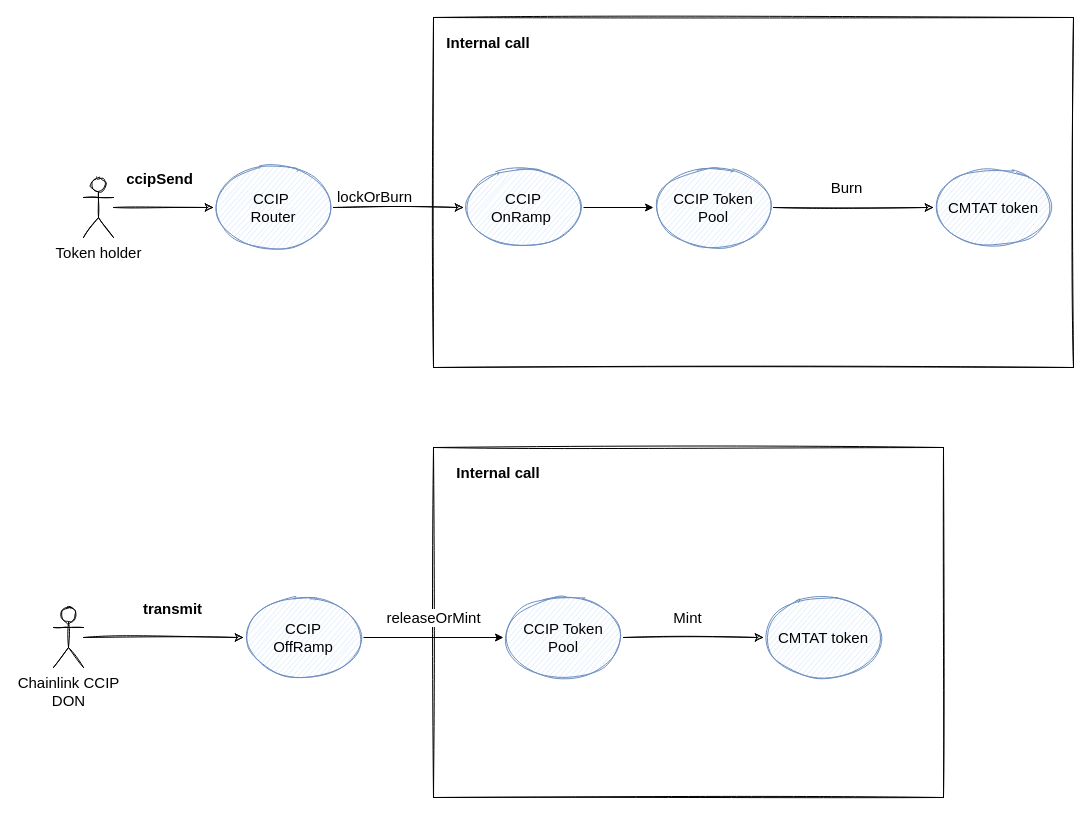
Before: doc/ccip.drawio in rya-sge/CMTAT-CCIP, a draw.io diagram. Source tidied: cells renumbered, new cells numbered last; positions are measured from the earlier drawing's top-left corner, leaving out a move shared by most shapes. Both pictures are drawn from the tidied source at 100%, with x=0, y=0 at pixel (53, 17).
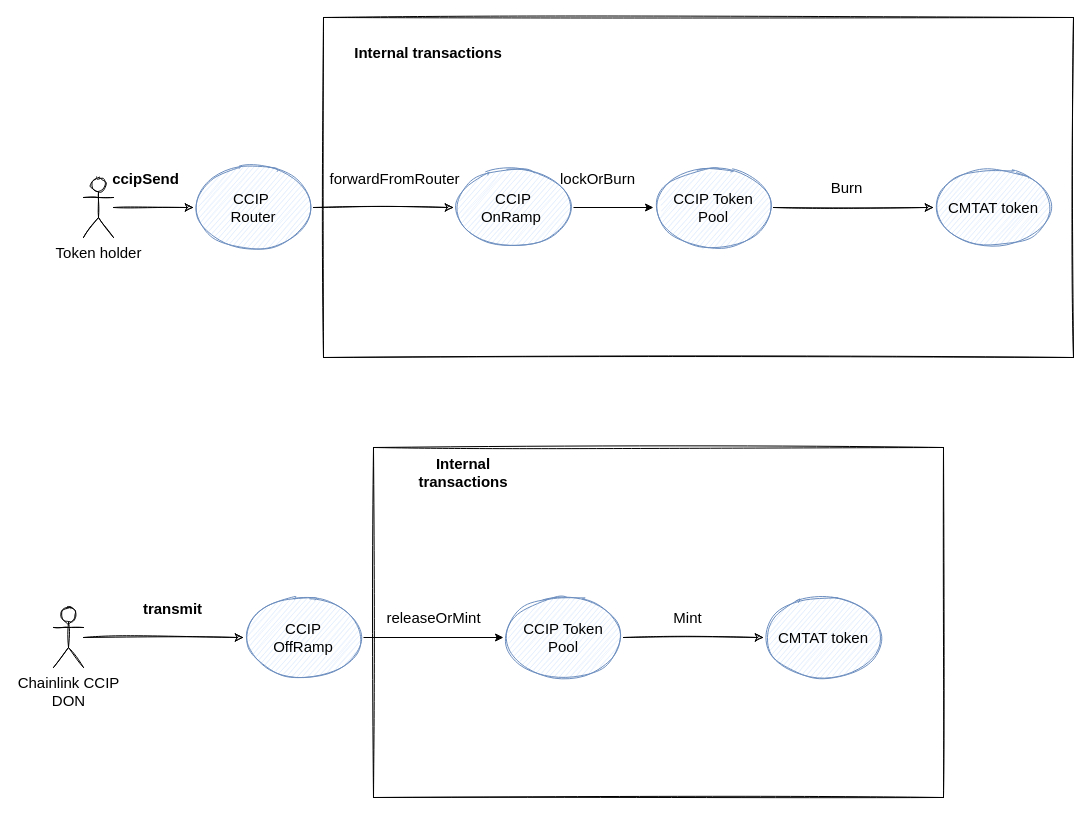
Above is the later version.

Commit message (it also covers changes not shown here):
update schema and gitignore

The change refers to these unchanged cells:
```xml
<mxCell id="7" style="endArrow=classic;html=1;rounded=0;fontSize=15;sketch=1;" parent="1" edge="1" source="3" target="13">
  <mxGeometry relative="1" as="geometry" />
</mxCell>
```

Change to the diagram source:
```diff
@@
     <mxCell id="2" style="rounded=0;whiteSpace=wrap;html=1;fontSize=15;sketch=1;" parent="1" vertex="1">
-      <mxGeometry x="380" width="640" height="350" as="geometry" />
+      <mxGeometry x="270" width="750" height="340" as="geometry" />
     </mxCell>
     <mxCell id="3" value="CCIP&amp;nbsp;&lt;br style=&quot;font-size: 15px;&quot;&gt;Router" style="ellipse;whiteSpace=wrap;html=1;fontSize=15;sketch=1;fillColor=#dae8fc;strokeColor=#6c8ebf;" parent="1" vertex="1">
-      <mxGeometry x="160" y="150" width="120" height="80" as="geometry" />
+      <mxGeometry x="140" y="150" width="120" height="80" as="geometry" />
     </mxCell>
@@
     <mxCell id="8" value="lockOrBurn" style="edgeLabel;html=1;align=center;verticalAlign=middle;fontSize=15;sketch=1;" parent="7" vertex="1">
       <mxGeometry x="-0.38" y="-1" relative="1" as="geometry">
-        <mxPoint y="-13" as="offset" />
+        <mxPoint x="240" y="-31" as="offset" />
       </mxGeometry>
     </mxCell>
+    <mxCell id="25" value="forwardFromRouter" style="edgeLabel;html=1;align=center;verticalAlign=middle;fontSize=15;" parent="7" vertex="1">
+      <mxGeometry x="-0.17" y="-4" relative="1" as="geometry">
+        <mxPoint x="22" y="-34" as="offset" />
+      </mxGeometry>
+    </mxCell>
@@
-    <mxCell id="10" value="Internal call" style="text;html=1;strokeColor=none;fillColor=none;align=center;verticalAlign=middle;whiteSpace=wrap;rounded=0;fontStyle=1;fontSize=15;sketch=1;" parent="1" vertex="1">
-      <mxGeometry x="390" y="10" width="90" height="30" as="geometry" />
+    <mxCell id="10" value="Internal transactions" style="text;html=1;strokeColor=none;fillColor=none;align=center;verticalAlign=middle;whiteSpace=wrap;rounded=0;fontStyle=1;fontSize=15;sketch=1;" parent="1" vertex="1">
+      <mxGeometry x="290" y="20" width="170" height="30" as="geometry" />
     </mxCell>
@@
     <mxCell id="13" value="CCIP&lt;br&gt;OnRamp&amp;nbsp;" style="ellipse;whiteSpace=wrap;html=1;fontSize=15;sketch=1;fillColor=#dae8fc;strokeColor=#6c8ebf;" parent="1" vertex="1">
-      <mxGeometry x="410" y="150" width="120" height="80" as="geometry" />
+      <mxGeometry x="400" y="150" width="120" height="80" as="geometry" />
     </mxCell>
@@
     <mxCell id="15" style="rounded=0;whiteSpace=wrap;html=1;fontSize=15;sketch=1;" parent="1" vertex="1">
-      <mxGeometry x="380" y="430" width="510" height="350" as="geometry" />
+      <mxGeometry x="320" y="430" width="570" height="350" as="geometry" />
     </mxCell>
@@
-    <mxCell id="21" value="Internal call" style="text;html=1;strokeColor=none;fillColor=none;align=center;verticalAlign=middle;whiteSpace=wrap;rounded=0;fontStyle=1;fontSize=15;sketch=1;" parent="1" vertex="1">
-      <mxGeometry x="400" y="440" width="90" height="30" as="geometry" />
+    <mxCell id="21" value="Internal transactions" style="text;html=1;strokeColor=none;fillColor=none;align=center;verticalAlign=middle;whiteSpace=wrap;rounded=0;fontStyle=1;fontSize=15;sketch=1;" parent="1" vertex="1">
+      <mxGeometry x="340" y="440" width="140" height="30" as="geometry" />
     </mxCell>
```
